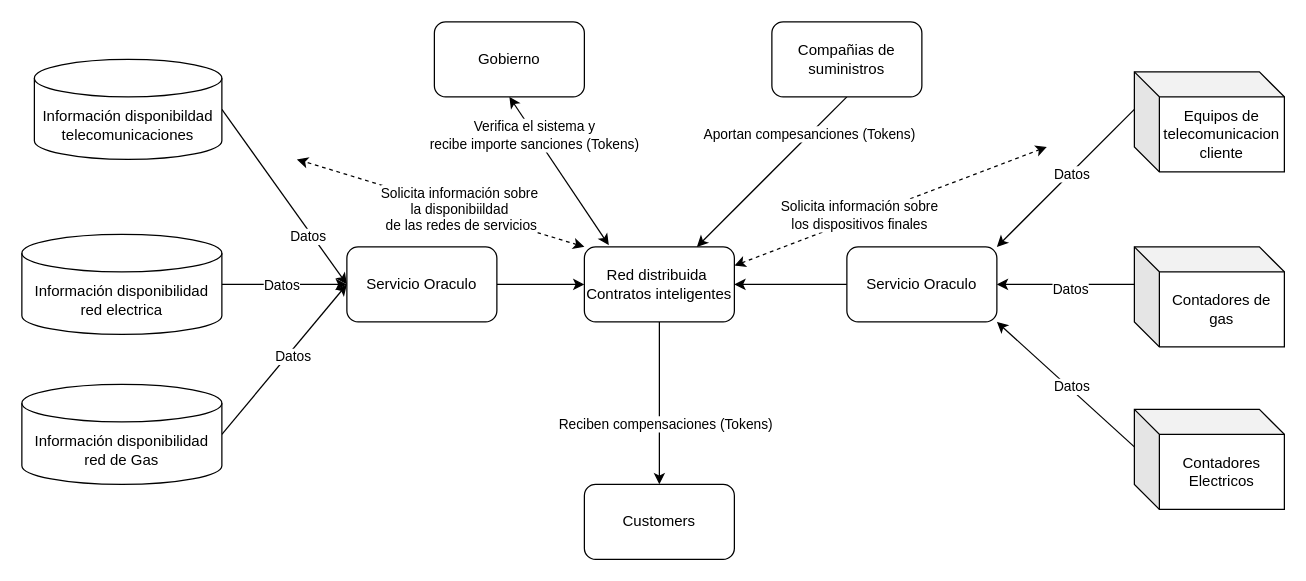
The draw.io diagram Diagrama sin título.drawio in apezuelauoc/blockchain, before the edit. Source tidied: cells renumbered, new cells numbered last; positions are measured from the earlier drawing's top-left corner, leaving out a move shared by most shapes. Both pictures are drawn from the tidied source at 125%, with x=0, y=0 at pixel (21, 21).
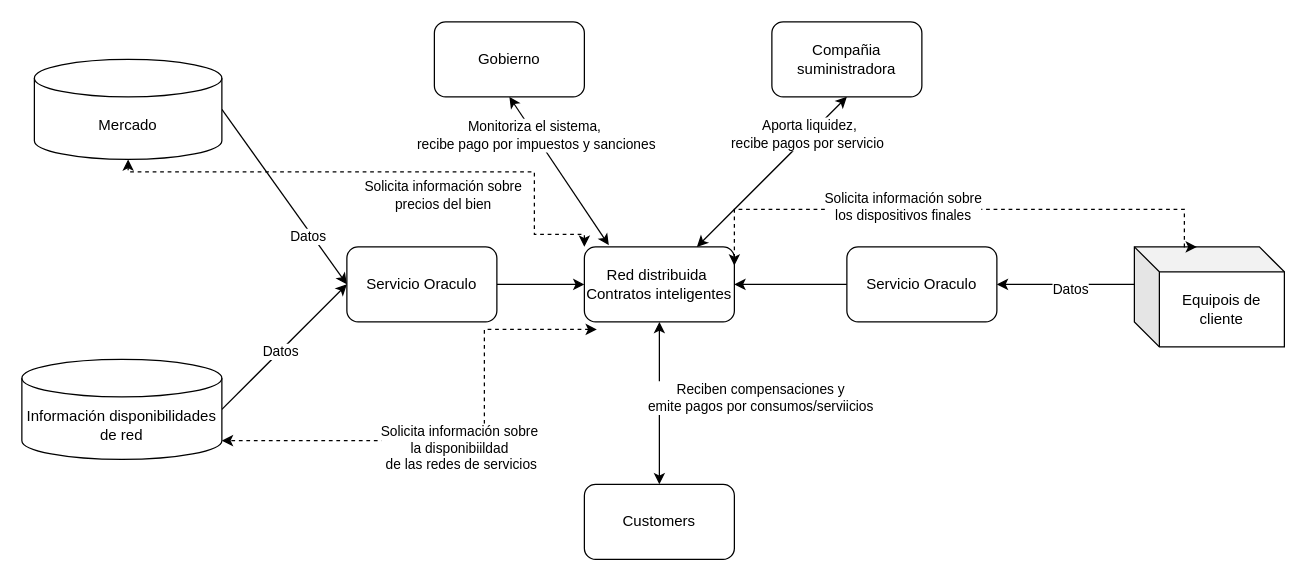
The same diagram, later.

The change refers to these unchanged cells:
```xml
<mxCell id="6" value="Red distribuida&amp;nbsp;&lt;br&gt;Contratos inteligentes" style="rounded=1;whiteSpace=wrap;html=1;" parent="1" vertex="1">
  <mxGeometry x="450" y="180" width="120" height="60" as="geometry" />
</mxCell>
<mxCell id="8" value="Servicio Oraculo" style="rounded=1;whiteSpace=wrap;html=1;" parent="1" vertex="1">
  <mxGeometry x="260" y="180" width="120" height="60" as="geometry" />
</mxCell>
<mxCell id="9" value="Customers" style="rounded=1;whiteSpace=wrap;html=1;" parent="1" vertex="1">
  <mxGeometry x="450" y="370" width="120" height="60" as="geometry" />
</mxCell>
<mxCell id="19" style="rounded=0;jettySize=auto;html=1;exitX=0.5;exitY=1;exitDx=0;exitDy=0;entryX=0.163;entryY=-0.022;entryDx=0;entryDy=0;entryPerimeter=0;startArrow=classic;startFill=1;" parent="1" edge="1" source="21" target="6">
  <mxGeometry relative="1" as="geometry" />
</mxCell>
<mxCell id="26" value="Servicio Oraculo" style="rounded=1;whiteSpace=wrap;html=1;" parent="1" vertex="1">
  <mxGeometry x="660" y="180" width="120" height="60" as="geometry" />
</mxCell>
```

The edit, as a diff of the source:
```diff
@@
-    <mxCell id="2" style="edgeStyle=orthogonalEdgeStyle;rounded=0;jettySize=auto;html=1;exitX=0.5;exitY=1;exitDx=0;exitDy=0;entryX=0.5;entryY=0;entryDx=0;entryDy=0;" parent="1" edge="1" source="6" target="9">
+    <mxCell id="2" style="edgeStyle=orthogonalEdgeStyle;rounded=0;jettySize=auto;html=1;exitX=0.5;exitY=1;exitDx=0;exitDy=0;entryX=0.5;entryY=0;entryDx=0;entryDy=0;startArrow=classic;startFill=1;" parent="1" edge="1" source="6" target="9">
       <mxGeometry relative="1" as="geometry" />
     </mxCell>
-    <mxCell id="3" value="Reciben compensaciones (Tokens)" style="edgeLabel;html=1;align=center;verticalAlign=middle;" parent="2" vertex="1">
+    <mxCell id="3" value="Reciben compensaciones y &lt;br&gt;emite pagos por consumos/serviicios" style="edgeLabel;html=1;align=center;verticalAlign=middle;" parent="2" vertex="1">
       <mxGeometry x="-0.11" y="-2" relative="1" as="geometry">
-        <mxPoint x="6" y="23" as="offset" />
+        <mxPoint x="82" y="2" as="offset" />
       </mxGeometry>
     </mxCell>
-    <mxCell id="4" style="rounded=0;jettySize=auto;html=1;exitX=0;exitY=0;exitDx=0;exitDy=0;dashed=1;startArrow=classic;startFill=1;" parent="1" edge="1" source="6">
+    <mxCell id="4" style="rounded=0;jettySize=auto;html=1;exitX=0.083;exitY=1.1;exitDx=0;exitDy=0;dashed=1;startArrow=classic;startFill=1;entryX=1;entryY=1;entryDx=0;entryDy=-15;entryPerimeter=0;edgeStyle=orthogonalEdgeStyle;exitPerimeter=0;" parent="1" edge="1" source="6" target="12">
       <mxGeometry relative="1" as="geometry">
-        <mxPoint x="220" y="110" as="targetPoint" />
+        <Array as="points">
+          <mxPoint x="370" y="246" />
+          <mxPoint x="370" y="330" />
+          <mxPoint x="305" y="330" />
+          <mxPoint x="305" y="335" />
+        </Array>
       </mxGeometry>
     </mxCell>
@@
-    <mxCell id="10" style="edgeStyle=orthogonalEdgeStyle;rounded=0;jettySize=auto;html=1;exitX=1;exitY=0.5;exitDx=0;exitDy=0;exitPerimeter=0;entryX=0;entryY=0.5;entryDx=0;entryDy=0;" parent="1" edge="1" source="12" target="8">
+    <mxCell id="10" style="rounded=0;jettySize=auto;html=1;exitX=1;exitY=0.5;exitDx=0;exitDy=0;exitPerimeter=0;entryX=0;entryY=0.5;entryDx=0;entryDy=0;" parent="1" edge="1" source="12" target="8">
       <mxGeometry relative="1" as="geometry" />
     </mxCell>
@@
-    <mxCell id="12" value="Información disponibilidad red electrica" style="shape=cylinder3;whiteSpace=wrap;html=1;boundedLbl=1;backgroundOutline=1;size=15;" parent="1" vertex="1">
-      <mxGeometry y="170" width="160" height="80" as="geometry" />
+    <mxCell id="12" value="Información disponibilidades de red" style="shape=cylinder3;whiteSpace=wrap;html=1;boundedLbl=1;backgroundOutline=1;size=15;" parent="1" vertex="1">
+      <mxGeometry y="270" width="160" height="80" as="geometry" />
     </mxCell>
-    <mxCell id="13" style="rounded=0;jettySize=auto;html=1;exitX=1;exitY=0.5;exitDx=0;exitDy=0;exitPerimeter=0;" parent="1" edge="1" source="15">
-      <mxGeometry relative="1" as="geometry">
-        <mxPoint x="260" y="210" as="targetPoint" />
-      </mxGeometry>
-    </mxCell>
-    <mxCell id="14" value="Datos" style="edgeLabel;html=1;align=center;verticalAlign=middle;" parent="13" vertex="1">
-      <mxGeometry x="0.07" y="-3" relative="1" as="geometry" />
-    </mxCell>
-    <mxCell id="15" value="Información disponibilidad red de Gas" style="shape=cylinder3;whiteSpace=wrap;html=1;boundedLbl=1;backgroundOutline=1;size=15;" parent="1" vertex="1">
-      <mxGeometry y="290" width="160" height="80" as="geometry" />
-    </mxCell>
@@
-    <mxCell id="18" value="Información disponibildad telecomunicaciones" style="shape=cylinder3;whiteSpace=wrap;html=1;boundedLbl=1;backgroundOutline=1;size=15;" parent="1" vertex="1">
+    <mxCell id="18" value="Mercado" style="shape=cylinder3;whiteSpace=wrap;html=1;boundedLbl=1;backgroundOutline=1;size=15;" parent="1" vertex="1">
       <mxGeometry x="10" y="30" width="150" height="80" as="geometry" />
     </mxCell>
@@
-    <mxCell id="20" value="Verifica el sistema y&lt;br&gt;&amp;nbsp;recibe importe sanciones (Tokens)&amp;nbsp;" style="edgeLabel;html=1;align=center;verticalAlign=middle;" parent="19" vertex="1">
+    <mxCell id="20" value="Monitoriza el sistema,&lt;br&gt;&amp;nbsp;recibe pago por impuestos y sanciones" style="edgeLabel;html=1;align=center;verticalAlign=middle;" parent="19" vertex="1">
       <mxGeometry x="-0.11" y="-2" relative="1" as="geometry">
         <mxPoint x="-14" y="-24" as="offset" />
       </mxGeometry>
     </mxCell>
@@
-    <mxCell id="22" style="rounded=0;jettySize=auto;html=1;exitX=0.5;exitY=1;exitDx=0;exitDy=0;entryX=0.75;entryY=0;entryDx=0;entryDy=0;" parent="1" edge="1" source="24" target="6">
+    <mxCell id="22" style="rounded=0;jettySize=auto;html=1;exitX=0.5;exitY=1;exitDx=0;exitDy=0;entryX=0.75;entryY=0;entryDx=0;entryDy=0;startArrow=classic;startFill=1;" parent="1" edge="1" source="24" target="6">
       <mxGeometry relative="1" as="geometry" />
     </mxCell>
-    <mxCell id="23" value="Aportan compesanciones (Tokens)" style="edgeLabel;html=1;align=center;verticalAlign=middle;" parent="22" vertex="1">
+    <mxCell id="23" value="Aporta liquidez, &lt;br&gt;recibe pagos por servicio&amp;nbsp;" style="edgeLabel;html=1;align=center;verticalAlign=middle;" parent="22" vertex="1">
       <mxGeometry x="-0.06" y="3" relative="1" as="geometry">
         <mxPoint x="24" y="-29" as="offset" />
       </mxGeometry>
     </mxCell>
-    <mxCell id="24" value="Compañias de suministros" style="rounded=1;whiteSpace=wrap;html=1;" parent="1" vertex="1">
+    <mxCell id="24" value="Compañia suministradora" style="rounded=1;whiteSpace=wrap;html=1;" parent="1" vertex="1">
       <mxGeometry x="600" width="120" height="60" as="geometry" />
     </mxCell>
@@
-    <mxCell id="27" style="rounded=0;jettySize=auto;html=1;exitX=0;exitY=0;exitDx=0;exitDy=30;exitPerimeter=0;entryX=1;entryY=0;entryDx=0;entryDy=0;" parent="1" edge="1" source="29" target="26">
-      <mxGeometry relative="1" as="geometry" />
-    </mxCell>
-    <mxCell id="28" value="Datos" style="edgeLabel;html=1;align=center;verticalAlign=middle;" parent="27" vertex="1">
-      <mxGeometry x="-0.08" y="1" relative="1" as="geometry" />
-    </mxCell>
-    <mxCell id="29" value="Equipos de telecomunicacion cliente" style="shape=cube;whiteSpace=wrap;html=1;boundedLbl=1;backgroundOutline=1;darkOpacity=0.05;darkOpacity2=0.1;" parent="1" vertex="1">
-      <mxGeometry x="890" y="40" width="120" height="80" as="geometry" />
-    </mxCell>
-    <mxCell id="30" style="rounded=0;jettySize=auto;html=1;exitX=0;exitY=0;exitDx=0;exitDy=30;exitPerimeter=0;entryX=1;entryY=1;entryDx=0;entryDy=0;endArrow=classic;endFill=1;" parent="1" edge="1" source="32" target="26">
-      <mxGeometry relative="1" as="geometry" />
-    </mxCell>
-    <mxCell id="31" value="Datos" style="edgeLabel;html=1;align=center;verticalAlign=middle;" parent="30" vertex="1">
-      <mxGeometry x="-0.06" y="-2" relative="1" as="geometry" />
-    </mxCell>
-    <mxCell id="32" value="Contadores Electricos" style="shape=cube;whiteSpace=wrap;html=1;boundedLbl=1;backgroundOutline=1;darkOpacity=0.05;darkOpacity2=0.1;" parent="1" vertex="1">
-      <mxGeometry x="890" y="310" width="120" height="80" as="geometry" />
-    </mxCell>
@@
-    <mxCell id="35" value="Contadores de gas" style="shape=cube;whiteSpace=wrap;html=1;boundedLbl=1;backgroundOutline=1;darkOpacity=0.05;darkOpacity2=0.1;" parent="1" vertex="1">
+    <mxCell id="35" value="Equipois de cliente" style="shape=cube;whiteSpace=wrap;html=1;boundedLbl=1;backgroundOutline=1;darkOpacity=0.05;darkOpacity2=0.1;" parent="1" vertex="1">
       <mxGeometry x="890" y="180" width="120" height="80" as="geometry" />
     </mxCell>
-    <mxCell id="36" style="rounded=0;jettySize=auto;html=1;exitX=1;exitY=0.25;exitDx=0;exitDy=0;dashed=1;startArrow=classic;startFill=1;" parent="1" edge="1" source="6">
+    <mxCell id="36" style="rounded=0;jettySize=auto;html=1;exitX=1;exitY=0.25;exitDx=0;exitDy=0;dashed=1;startArrow=classic;startFill=1;edgeStyle=orthogonalEdgeStyle;entryX=0;entryY=0;entryDx=50;entryDy=0;entryPerimeter=0;" parent="1" edge="1" source="6" target="35">
       <mxGeometry relative="1" as="geometry">
-        <mxPoint x="820" y="100" as="targetPoint" />
+        <Array as="points">
+          <mxPoint x="570" y="150" />
+          <mxPoint x="930" y="150" />
+          <mxPoint x="930" y="180" />
+        </Array>
       </mxGeometry>
     </mxCell>
@@
+    <mxCell id="38" style="rounded=0;jettySize=auto;html=1;dashed=1;startArrow=classic;startFill=1;entryX=0.5;entryY=1;entryDx=0;entryDy=0;entryPerimeter=0;edgeStyle=orthogonalEdgeStyle;exitX=0;exitY=0;exitDx=0;exitDy=0;" parent="1" edge="1" source="6" target="18">
+      <mxGeometry relative="1" as="geometry">
+        <Array as="points">
+          <mxPoint x="450" y="170" />
+          <mxPoint x="410" y="170" />
+          <mxPoint x="410" y="120" />
+          <mxPoint x="85" y="120" />
+        </Array>
+      </mxGeometry>
+    </mxCell>
+    <mxCell id="39" value="Solicita información sobre &lt;br&gt;precios del bien" style="edgeLabel;html=1;align=center;verticalAlign=middle;" parent="38" vertex="1">
+      <mxGeometry x="0.16" y="-2" relative="1" as="geometry">
+        <mxPoint x="78" y="20" as="offset" />
+      </mxGeometry>
+    </mxCell>
```
